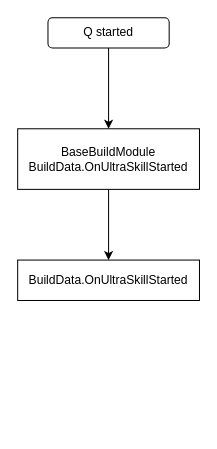
Above: page "远程攻击" (9 of 9) of WarmWater.drawio in lancelodliu/draw.io (draw.io), before the change. Source tidied: cells renumbered, new cells numbered last; positions are measured from the earlier drawing's top-left corner, leaving out a move shared by most shapes. Both pictures are drawn from the tidied source at 101%, with x=0, y=0 at pixel (17, 17).
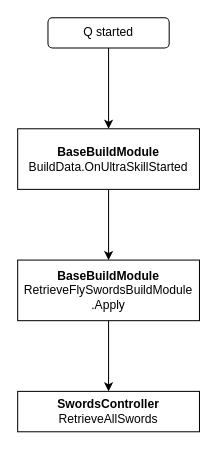
After the change.

Change to the diagram source:
```diff
@@
 <mxGraphModel>
   <root>
     <mxCell id="0" />
     <mxCell id="1" parent="0" />
     <mxCell id="2" style="edgeStyle=orthogonalEdgeStyle;rounded=0;jettySize=auto;html=1;" parent="1" edge="1" source="3" target="5">
       <mxGeometry relative="1" as="geometry" />
     </mxCell>
     <mxCell id="3" value="Q started" style="rounded=1;whiteSpace=wrap;html=1;" parent="1" vertex="1">
       <mxGeometry x="30" width="120" height="30" as="geometry" />
     </mxCell>
     <mxCell id="4" style="edgeStyle=orthogonalEdgeStyle;rounded=0;jettySize=auto;html=1;" parent="1" edge="1" source="5" target="6">
       <mxGeometry relative="1" as="geometry" />
     </mxCell>
-    <mxCell id="5" value="BaseBuildModule&lt;br&gt;BuildData.OnUltraSkillStarted" style="rounded=0;whiteSpace=wrap;html=1;" parent="1" vertex="1">
+    <mxCell id="5" value="&lt;b&gt;BaseBuildModule&lt;/b&gt;&lt;br&gt;BuildData.OnUltraSkillStarted" style="rounded=0;whiteSpace=wrap;html=1;" parent="1" vertex="1">
       <mxGeometry y="110" width="180" height="60" as="geometry" />
     </mxCell>
+    <mxCell id="7" style="edgeStyle=orthogonalEdgeStyle;rounded=0;jettySize=auto;html=1;" parent="1" edge="1" source="6" target="8">
+      <mxGeometry relative="1" as="geometry" />
+    </mxCell>
-    <mxCell id="6" value="BuildData.OnUltraSkillStarted" style="rounded=0;whiteSpace=wrap;html=1;" parent="1" vertex="1">
-      <mxGeometry y="240" width="180" height="40" as="geometry" />
+    <mxCell id="6" value="&lt;b&gt;BaseBuildModule&lt;/b&gt;&lt;br&gt;RetrieveFlySwordsBuildModule&lt;div&gt;.Apply&lt;br&gt;&lt;/div&gt;" style="rounded=0;whiteSpace=wrap;html=1;" parent="1" vertex="1">
+      <mxGeometry y="240" width="180" height="60" as="geometry" />
     </mxCell>
+    <mxCell id="8" value="&lt;b&gt;SwordsController&lt;/b&gt;&lt;br&gt;&lt;div&gt;RetrieveAllSwords&lt;br&gt;&lt;/div&gt;" style="rounded=0;whiteSpace=wrap;html=1;" parent="1" vertex="1">
+      <mxGeometry y="370" width="180" height="40" as="geometry" />
+    </mxCell>
   </root>
 </mxGraphModel>
```
